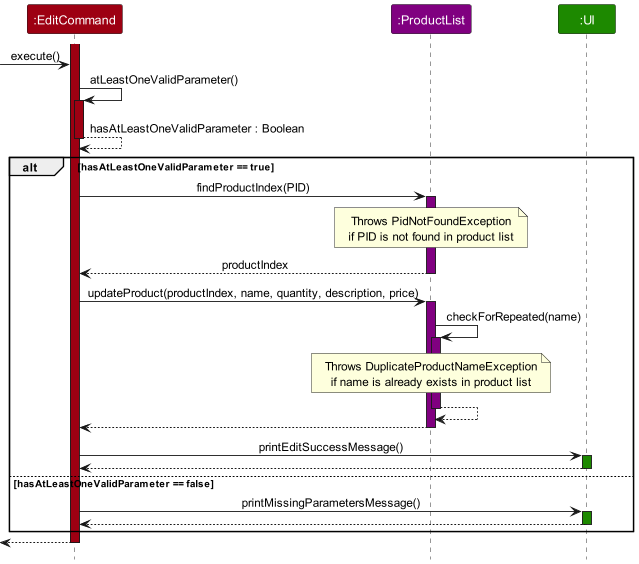
leongxingyu/tp keeps this PlantUML diagram as docs/images/EditCommandExecuteSequenceDiagram.png. Above is the earlier version.
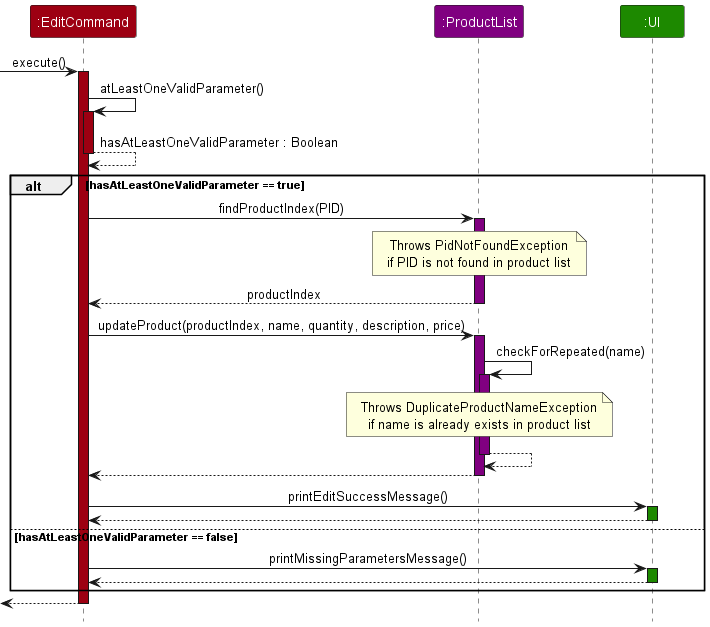
The same file after the commit.

Commit message:
Fix action bar for DG sequence diagrams

Change to the diagram source:
```diff
@@ -6,8 +6,8 @@
 Participant ":ProductList" as productlist PRODUCTLIST_COLOR
 Participant ":UI" as ui UI_COLOR
 
+-> command : execute()
 activate command COMMANDS_COLOR
--> command : execute()
 
 command -> command : atLeastOneValidParameter()
 activate command COMMANDS_COLOR
```
